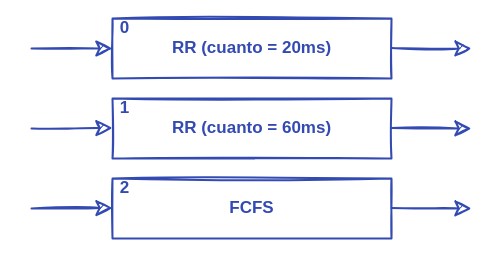
Before: content/media/C14-planificación_de_CPU/planificación_colas_multinivel.drawio in ull-esit-sistemas-operativos/ssoo-apuntes, a draw.io diagram. Source tidied: cells renumbered, new cells numbered last; positions are measured from the earlier drawing's top-left corner, leaving out a move shared by most shapes. Both pictures are drawn from the tidied source at 100%, with x=0, y=0 at pixel (31, 18).
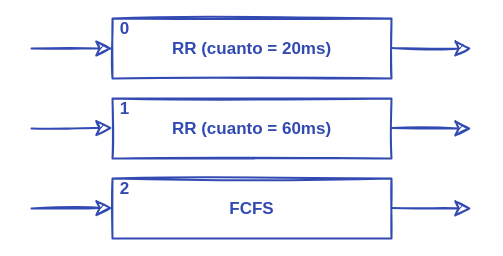
After the change.

Change to the diagram source:
```diff
@@
 <mxGraphModel>
   <root>
     <mxCell id="0" />
     <mxCell id="1" parent="0" />
-    <mxCell id="2" value="RR (cuanto = 20ms)" style="rounded=0;whiteSpace=wrap;html=1;shadow=0;sketch=1;strokeWidth=2;fillColor=none;fontFamily=Ink Free;fontSize=17;spacing=20;fontStyle=1;strokeColor=#324AB2;fontColor=#324AB2;" parent="1" vertex="1">
+    <mxCell id="2" value="RR (cuanto = 20ms)" style="rounded=0;shadow=0;sketch=1;strokeWidth=2;fillColor=none;fontFamily=Ink Free;fontSize=17;spacing=20;fontStyle=1;strokeColor=#324AB2;fontColor=#324AB2;spacingBottom=4;" parent="1" vertex="1">
       <mxGeometry x="81" width="279" height="60" as="geometry" />
     </mxCell>
-    <mxCell id="3" value="RR (cuanto = 60ms)" style="rounded=0;whiteSpace=wrap;html=1;shadow=0;sketch=1;strokeWidth=2;fillColor=none;fontFamily=Ink Free;fontSize=17;spacing=20;fontStyle=1;strokeColor=#324AB2;fontColor=#324AB2;" parent="1" vertex="1">
+    <mxCell id="3" value="RR (cuanto = 60ms)" style="rounded=0;shadow=0;sketch=1;strokeWidth=2;fillColor=none;fontFamily=Ink Free;fontSize=17;spacing=20;fontStyle=1;strokeColor=#324AB2;fontColor=#324AB2;spacingBottom=4;" parent="1" vertex="1">
       <mxGeometry x="81" y="80" width="279" height="60" as="geometry" />
     </mxCell>
-    <mxCell id="4" value="FCFS" style="rounded=0;whiteSpace=wrap;html=1;shadow=0;sketch=1;strokeWidth=2;fillColor=none;fontFamily=Ink Free;fontSize=17;spacing=20;fontStyle=1;strokeColor=#324AB2;fontColor=#324AB2;" parent="1" vertex="1">
+    <mxCell id="4" value="FCFS" style="rounded=0;shadow=0;sketch=1;strokeWidth=2;fillColor=none;fontFamily=Ink Free;fontSize=17;spacing=20;fontStyle=1;strokeColor=#324AB2;fontColor=#324AB2;spacingBottom=4;" parent="1" vertex="1">
       <mxGeometry x="81" y="160" width="279" height="60" as="geometry" />
     </mxCell>
-    <mxCell id="5" value="0" style="text;html=1;fillColor=none;align=center;verticalAlign=middle;whiteSpace=wrap;rounded=0;shadow=0;sketch=1;fontFamily=Ink Free;fontSize=17;fontStyle=1;spacingRight=0;fontColor=#324AB2;" parent="1" vertex="1">
+    <mxCell id="5" value="0" style="text;fillColor=none;align=center;verticalAlign=middle;rounded=0;shadow=0;sketch=1;fontFamily=Ink Free;fontSize=17;fontStyle=1;spacingRight=0;fontColor=#324AB2;spacingBottom=4;" parent="1" vertex="1">
       <mxGeometry x="81" width="25" height="20" as="geometry" />
     </mxCell>
-    <mxCell id="6" value="1" style="text;html=1;fillColor=none;align=center;verticalAlign=middle;whiteSpace=wrap;rounded=0;shadow=0;sketch=1;fontFamily=Ink Free;fontSize=17;fontStyle=1;spacingRight=0;fontColor=#324AB2;" parent="1" vertex="1">
+    <mxCell id="6" value="1" style="text;fillColor=none;align=center;verticalAlign=middle;rounded=0;shadow=0;sketch=1;fontFamily=Ink Free;fontSize=17;fontStyle=1;spacingRight=0;fontColor=#324AB2;spacingBottom=4;" parent="1" vertex="1">
       <mxGeometry x="81" y="80" width="25" height="20" as="geometry" />
     </mxCell>
-    <mxCell id="7" value="2" style="text;html=1;fillColor=none;align=center;verticalAlign=middle;whiteSpace=wrap;rounded=0;shadow=0;sketch=1;fontFamily=Ink Free;fontSize=17;fontStyle=1;spacingRight=0;fontColor=#324AB2;" parent="1" vertex="1">
+    <mxCell id="7" value="2" style="text;fillColor=none;align=center;verticalAlign=middle;rounded=0;shadow=0;sketch=1;fontFamily=Ink Free;fontSize=17;fontStyle=1;spacingRight=0;fontColor=#324AB2;spacingBottom=4;" parent="1" vertex="1">
       <mxGeometry x="81" y="160" width="25" height="20" as="geometry" />
     </mxCell>
-    <mxCell id="8" style="endArrow=none;html=1;strokeWidth=2;fontFamily=Ink Free;fontSize=17;sketch=1;endSize=12;rounded=0;endFill=0;startSize=12;startArrow=classic;startFill=1;exitX=0;exitY=0.5;exitDx=0;exitDy=0;strokeColor=#324AB2;fontColor=#324AB2;" parent="1" edge="1" source="2">
+    <mxCell id="8" style="endArrow=none;strokeWidth=2;fontFamily=Ink Free;fontSize=17;sketch=1;endSize=12;rounded=0;endFill=0;startSize=12;startArrow=classic;startFill=1;exitX=0;exitY=0.5;exitDx=0;exitDy=0;strokeColor=#324AB2;fontColor=#324AB2;spacingBottom=4;" parent="1" edge="1" source="2">
       <mxGeometry relative="1" as="geometry">
         <mxPoint y="30" as="targetPoint" />
       </mxGeometry>
     </mxCell>
-    <mxCell id="9" style="endArrow=none;html=1;strokeWidth=2;fontFamily=Ink Free;fontSize=17;sketch=1;endSize=12;rounded=0;endFill=0;startSize=12;startArrow=classic;startFill=1;exitX=0;exitY=0.5;exitDx=0;exitDy=0;strokeColor=#324AB2;fontColor=#324AB2;" parent="1" edge="1">
+    <mxCell id="9" style="endArrow=none;strokeWidth=2;fontFamily=Ink Free;fontSize=17;sketch=1;endSize=12;rounded=0;endFill=0;startSize=12;startArrow=classic;startFill=1;exitX=0;exitY=0.5;exitDx=0;exitDy=0;strokeColor=#324AB2;fontColor=#324AB2;spacingBottom=4;" parent="1" edge="1">
       <mxGeometry relative="1" as="geometry">
         <mxPoint x="81" y="109.5" as="sourcePoint" />
         <mxPoint y="110" as="targetPoint" />
       </mxGeometry>
     </mxCell>
-    <mxCell id="10" style="endArrow=none;html=1;strokeWidth=2;fontFamily=Ink Free;fontSize=17;sketch=1;endSize=12;rounded=0;endFill=0;startSize=12;startArrow=classic;startFill=1;exitX=0;exitY=0.5;exitDx=0;exitDy=0;strokeColor=#324AB2;fontColor=#324AB2;" parent="1" edge="1">
+    <mxCell id="10" style="endArrow=none;strokeWidth=2;fontFamily=Ink Free;fontSize=17;sketch=1;endSize=12;rounded=0;endFill=0;startSize=12;startArrow=classic;startFill=1;exitX=0;exitY=0.5;exitDx=0;exitDy=0;strokeColor=#324AB2;fontColor=#324AB2;spacingBottom=4;" parent="1" edge="1">
       <mxGeometry relative="1" as="geometry">
         <mxPoint x="81" y="189.5" as="sourcePoint" />
         <mxPoint y="190" as="targetPoint" />
       </mxGeometry>
     </mxCell>
-    <mxCell id="11" style="endArrow=none;html=1;strokeWidth=2;fontFamily=Ink Free;fontSize=17;sketch=1;endSize=12;rounded=0;endFill=0;startSize=12;startArrow=classic;startFill=1;strokeColor=#324AB2;fontColor=#324AB2;" parent="1" edge="1">
+    <mxCell id="11" style="endArrow=none;strokeWidth=2;fontFamily=Ink Free;fontSize=17;sketch=1;endSize=12;rounded=0;endFill=0;startSize=12;startArrow=classic;startFill=1;strokeColor=#324AB2;fontColor=#324AB2;spacingBottom=4;" parent="1" edge="1">
       <mxGeometry relative="1" as="geometry">
         <mxPoint x="440" y="30" as="sourcePoint" />
         <mxPoint x="360" y="29.5" as="targetPoint" />
       </mxGeometry>
     </mxCell>
-    <mxCell id="12" style="endArrow=none;html=1;strokeWidth=2;fontFamily=Ink Free;fontSize=17;sketch=1;endSize=12;rounded=0;endFill=0;startSize=12;startArrow=classic;startFill=1;strokeColor=#324AB2;fontColor=#324AB2;" parent="1" edge="1">
+    <mxCell id="12" style="endArrow=none;strokeWidth=2;fontFamily=Ink Free;fontSize=17;sketch=1;endSize=12;rounded=0;endFill=0;startSize=12;startArrow=classic;startFill=1;strokeColor=#324AB2;fontColor=#324AB2;spacingBottom=4;" parent="1" edge="1">
       <mxGeometry relative="1" as="geometry">
         <mxPoint x="440" y="110" as="sourcePoint" />
         <mxPoint x="360" y="109.5" as="targetPoint" />
       </mxGeometry>
     </mxCell>
-    <mxCell id="13" style="endArrow=none;html=1;strokeWidth=2;fontFamily=Ink Free;fontSize=17;sketch=1;endSize=12;rounded=0;endFill=0;startSize=12;startArrow=classic;startFill=1;strokeColor=#324AB2;fontColor=#324AB2;" parent="1" edge="1">
+    <mxCell id="13" style="endArrow=none;strokeWidth=2;fontFamily=Ink Free;fontSize=17;sketch=1;endSize=12;rounded=0;endFill=0;startSize=12;startArrow=classic;startFill=1;strokeColor=#324AB2;fontColor=#324AB2;spacingBottom=4;" parent="1" edge="1">
       <mxGeometry relative="1" as="geometry">
         <mxPoint x="440" y="190" as="sourcePoint" />
         <mxPoint x="360" y="189.5" as="targetPoint" />
       </mxGeometry>
     </mxCell>
   </root>
 </mxGraphModel>
```
